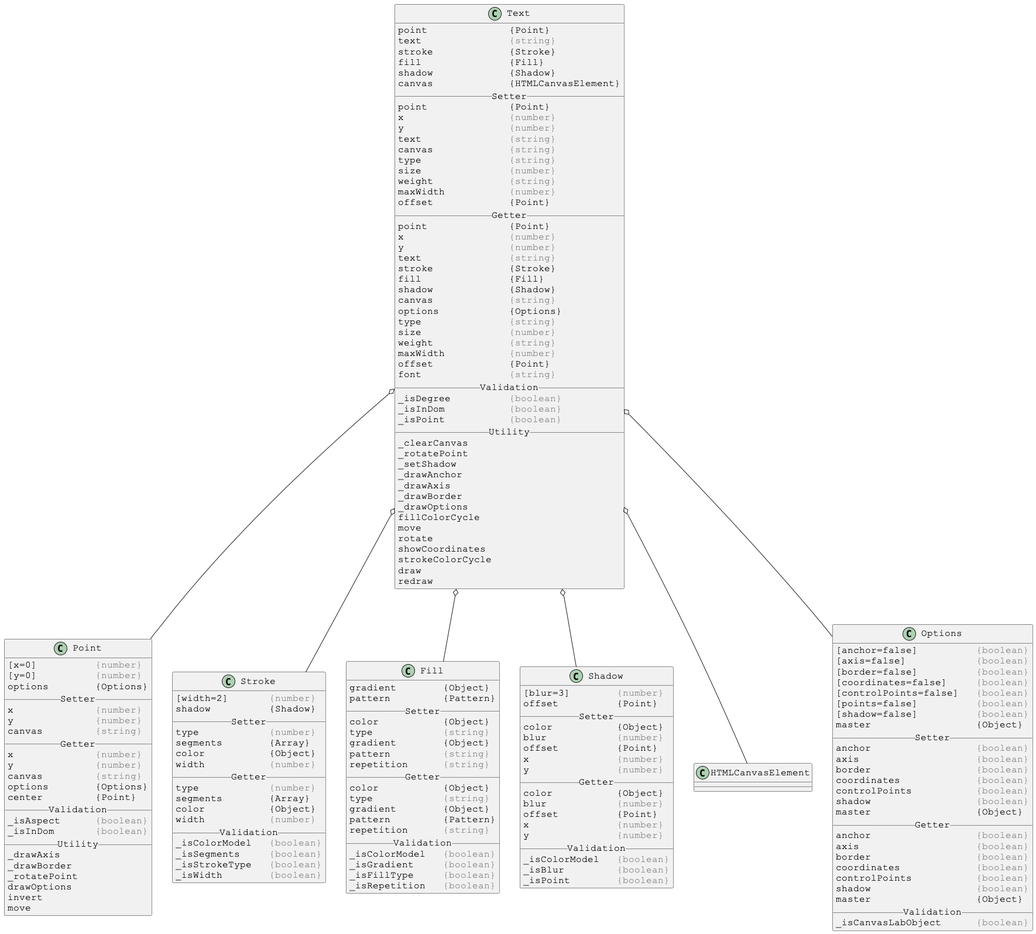
Justin-Byrne/canvasLab keeps this PlantUML diagram as docs/PlantUml/image/linked/Text-linked.png. Above is the earlier version.
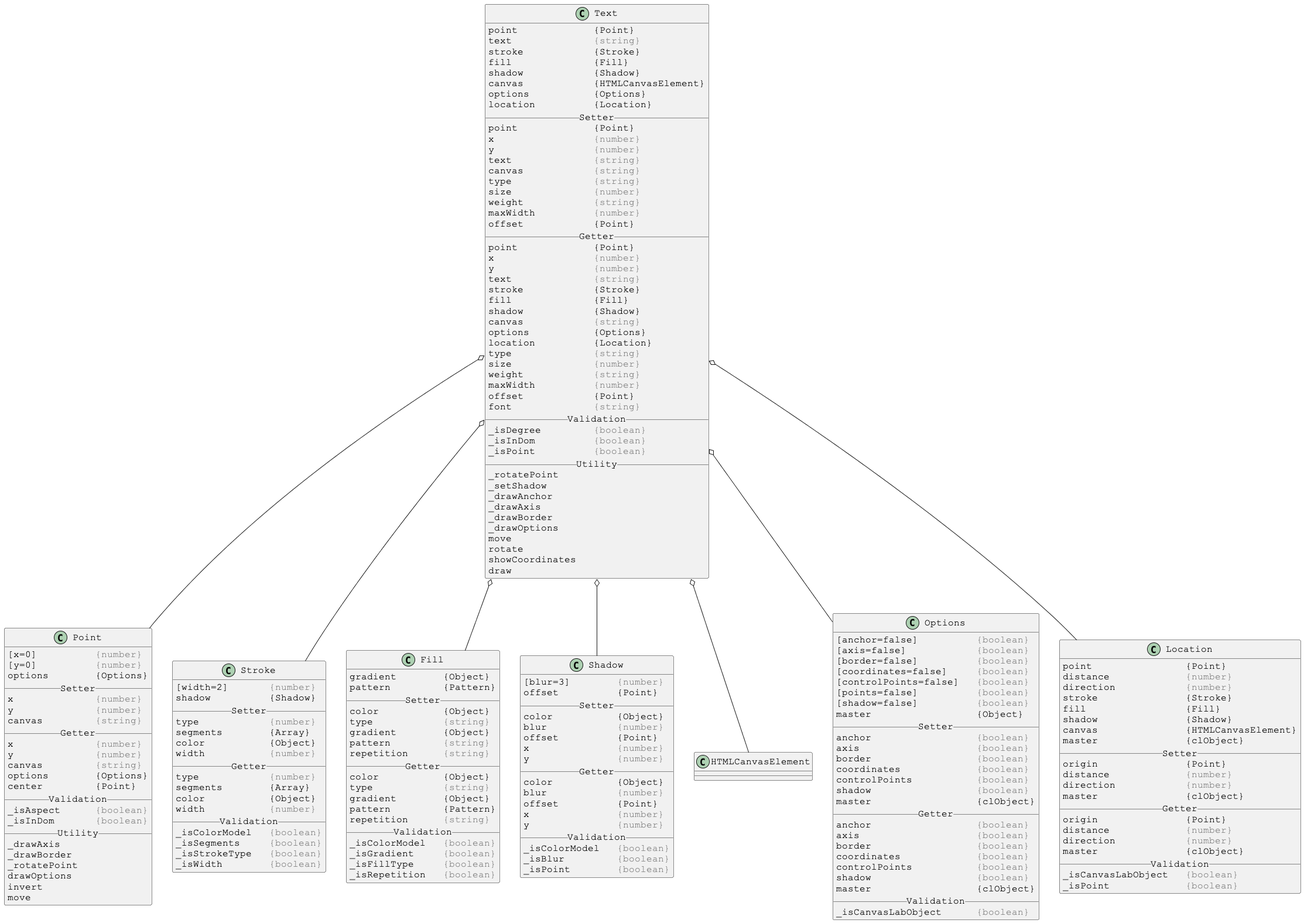
Above is the later version.

The edit, as a diff of the source:
```diff
@@ -4,58 +4,57 @@
 skinparam DefaultFontName Courier New
 
 class Text {
-point              {Point}
-text               <color:gray>{string}</color>
-stroke             {Stroke}
-fill               {Fill}
-shadow             {Shadow}
-canvas             {HTMLCanvasElement}
+point             {Point}
+text              <color:gray>{string}</color>
+stroke            {Stroke}
+fill              {Fill}
+shadow            {Shadow}
+canvas            {HTMLCanvasElement}
+options           {Options}
+location          {Location}
 __ Setter __
-point              {Point}
-x                  <color:gray>{number}</color>
-y                  <color:gray>{number}</color>
-text               <color:gray>{string}</color>
-canvas             <color:gray>{string}</color>
-type               <color:gray>{string}</color>
-size               <color:gray>{number}</color>
-weight             <color:gray>{string}</color>
-maxWidth           <color:gray>{number}</color>
-offset             {Point}
+point             {Point}
+x                 <color:gray>{number}</color>
+y                 <color:gray>{number}</color>
+text              <color:gray>{string}</color>
+canvas            <color:gray>{string}</color>
+type              <color:gray>{string}</color>
+size              <color:gray>{number}</color>
+weight            <color:gray>{string}</color>
+maxWidth          <color:gray>{number}</color>
+offset            {Point}
 __ Getter __
-point              {Point}
-x                  <color:gray>{number}</color>
-y                  <color:gray>{number}</color>
-text               <color:gray>{string}</color>
-stroke             {Stroke}
-fill               {Fill}
-shadow             {Shadow}
-canvas             <color:gray>{string}</color>
-options            {Options}
-type               <color:gray>{string}</color>
-size               <color:gray>{number}</color>
-weight             <color:gray>{string}</color>
-maxWidth           <color:gray>{number}</color>
-offset             {Point}
-font               <color:gray>{string}</color>
+point             {Point}
+x                 <color:gray>{number}</color>
+y                 <color:gray>{number}</color>
+text              <color:gray>{string}</color>
+stroke            {Stroke}
+fill              {Fill}
+shadow            {Shadow}
+canvas            <color:gray>{string}</color>
+options           {Options}
+location          {Location}
+type              <color:gray>{string}</color>
+size              <color:gray>{number}</color>
+weight            <color:gray>{string}</color>
+maxWidth          <color:gray>{number}</color>
+offset            {Point}
+font              <color:gray>{string}</color>
 __ Validation __
-_isDegree          <color:gray>{boolean}</color>
-_isInDom           <color:gray>{boolean}</color>
-_isPoint           <color:gray>{boolean}</color>
+_isDegree         <color:gray>{boolean}</color>
+_isInDom          <color:gray>{boolean}</color>
+_isPoint          <color:gray>{boolean}</color>
 __ Utility __
-_clearCanvas
 _rotatePoint
 _setShadow
 _drawAnchor
 _drawAxis
 _drawBorder
 _drawOptions
-fillColorCycle
 move
 rotate
 showCoordinates
-strokeColorCycle
 draw
-redraw
 }
 
 Text o-- Point
@@ -64,6 +63,7 @@
 Text o-- Shadow
 Text o-- HTMLCanvasElement
 Text o-- Options
+Text o-- Location
 
 
 
@@ -195,7 +195,7 @@
 coordinates             <color:gray>{boolean}</color>
 controlPoints           <color:gray>{boolean}</color>
 shadow                  <color:gray>{boolean}</color>
-master                  {Object}
+master                  {clObject}
 __ Getter __
 anchor                  <color:gray>{boolean}</color>
 axis                    <color:gray>{boolean}</color>
@@ -203,9 +203,38 @@
 coordinates             <color:gray>{boolean}</color>
 controlPoints           <color:gray>{boolean}</color>
 shadow                  <color:gray>{boolean}</color>
-master                  {Object}
+master                  {clObject}
 __ Validation __
 _isCanvasLabObject      <color:gray>{boolean}</color>
 }
 
+
+
+skinparam DefaultFontSize 16
+skinparam DefaultFontName Courier New
+
+class Location {
+point                {Point}
+distance             <color:gray>{number}</color>
+direction            <color:gray>{number}</color>
+stroke               {Stroke}
+fill                 {Fill}
+shadow               {Shadow}
+canvas               {HTMLCanvasElement}
+master               {clObject}
+__ Setter __
+origin               {Point}
+distance             <color:gray>{number}</color>
+direction            <color:gray>{number}</color>
+master               {clObject}
+__ Getter __
+origin               {Point}
+distance             <color:gray>{number}</color>
+direction            <color:gray>{number}</color>
+master               {clObject}
+__ Validation __
+_isCanvasLabObject   <color:gray>{boolean}</color>
+_isPoint             <color:gray>{boolean}</color>
+}
+
 @enduml
```
